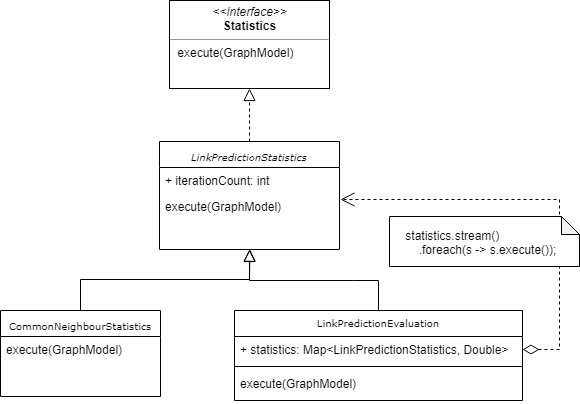
The draw.io diagram src/site/tex/resources/class_Evaluation.png in romanutti/ip5-documentation, before a commit. Source tidied: cells renumbered, new cells last; positions are measured from the earlier drawing's top-left corner, leaving out a move shared by most shapes. Its diagram source:
```xml
<mxGraphModel>
  <root>
    <mxCell id="0" />
    <mxCell id="1" parent="0" />
    <mxCell id="2" value="&lt;p style=&quot;margin: 0px ; margin-top: 4px ; text-align: center&quot;&gt;&lt;i&gt;&amp;lt;&amp;lt;Interface&amp;gt;&amp;gt;&lt;/i&gt;&lt;br&gt;&lt;b&gt;Statistics&lt;/b&gt;&lt;/p&gt;&lt;hr size=&quot;1&quot;&gt;&lt;p style=&quot;margin: 0px ; margin-left: 4px&quot;&gt;&lt;/p&gt;&lt;p style=&quot;margin: 0px ; margin-left: 4px&quot;&gt;&amp;nbsp;execute(GraphModel)&lt;br&gt;&lt;br&gt;&lt;/p&gt;" style="verticalAlign=top;align=left;overflow=fill;fontSize=12;fontFamily=Helvetica;html=1;rounded=0;shadow=0;comic=0;labelBackgroundColor=none;strokeColor=#000000;strokeWidth=1;fillColor=#ffffff;" parent="1" vertex="1">
      <mxGeometry x="169" width="160" height="88" as="geometry" />
    </mxCell>
    <mxCell id="3" style="edgeStyle=orthogonalEdgeStyle;rounded=0;html=1;dashed=1;labelBackgroundColor=none;startFill=0;endArrow=block;endFill=0;endSize=10;fontFamily=Verdana;fontSize=10;exitX=0.5;exitY=0;exitDx=0;exitDy=0;entryX=0.5;entryY=1;entryDx=0;entryDy=0;" parent="1" edge="1" source="4" target="2">
      <mxGeometry relative="1" as="geometry" />
    </mxCell>
    <mxCell id="4" value="&lt;i&gt;LinkPredictionStatistics&lt;/i&gt;" style="swimlane;html=1;fontStyle=0;horizontal=1;startSize=26;fillColor=none;swimlaneFillColor=#ffffff;rounded=0;shadow=0;comic=0;labelBackgroundColor=none;strokeColor=#000000;strokeWidth=1;fontFamily=Verdana;fontSize=10;fontColor=#000000;align=center;" parent="1" vertex="1">
      <mxGeometry x="159" y="141" width="180" height="108" as="geometry" />
    </mxCell>
    <mxCell id="5" value="+ iterationCount: int" style="text;html=1;strokeColor=none;fillColor=none;align=left;verticalAlign=top;spacingLeft=4;spacingRight=4;whiteSpace=wrap;overflow=hidden;points=[[0,0.5],[1,0.5]];portConstraint=eastwest;" parent="4" vertex="1">
      <mxGeometry y="26" width="180" height="26" as="geometry" />
    </mxCell>
    <mxCell id="6" value="execute(GraphModel)" style="text;html=1;strokeColor=none;fillColor=none;align=left;verticalAlign=top;spacingLeft=4;spacingRight=4;whiteSpace=wrap;overflow=hidden;" parent="4" vertex="1">
      <mxGeometry y="52" width="180" height="26" as="geometry" />
    </mxCell>
    <mxCell id="7" value="&lt;span&gt;CommonNeighbourStatistics&lt;/span&gt;" style="swimlane;html=1;fontStyle=0;horizontal=1;startSize=26;fillColor=none;swimlaneFillColor=#ffffff;rounded=0;shadow=0;comic=0;labelBackgroundColor=none;strokeColor=#000000;strokeWidth=1;fontFamily=Verdana;fontSize=10;fontColor=#000000;align=center;verticalAlign=middle;" parent="1" vertex="1">
      <mxGeometry y="310" width="160" height="86" as="geometry" />
    </mxCell>
    <mxCell id="8" value="execute(GraphModel)" style="text;html=1;strokeColor=none;fillColor=none;align=left;verticalAlign=middle;spacingLeft=4;spacingRight=4;whiteSpace=wrap;overflow=hidden;" parent="7" vertex="1">
      <mxGeometry y="26" width="160" height="26" as="geometry" />
    </mxCell>
    <mxCell id="9" style="edgeStyle=orthogonalEdgeStyle;rounded=0;html=1;labelBackgroundColor=none;startFill=0;endArrow=block;endFill=0;endSize=10;fontFamily=Verdana;fontSize=10;entryX=0.5;entryY=1;entryDx=0;entryDy=0;exitX=0.5;exitY=0;exitDx=0;exitDy=0;" parent="1" edge="1" source="7">
      <mxGeometry relative="1" as="geometry">
        <mxPoint x="249.3" y="248.7" as="targetPoint" />
      </mxGeometry>
    </mxCell>
    <mxCell id="10" style="edgeStyle=orthogonalEdgeStyle;rounded=0;html=1;labelBackgroundColor=none;startFill=0;endArrow=block;endFill=0;endSize=10;fontFamily=Verdana;fontSize=10;exitX=0.5;exitY=0;exitDx=0;exitDy=0;entryX=0.5;entryY=1;entryDx=0;entryDy=0;" parent="1" edge="1" source="11">
      <mxGeometry relative="1" as="geometry">
        <mxPoint x="249.3" y="248.7" as="targetPoint" />
        <Array as="points">
          <mxPoint x="353" y="280" />
          <mxPoint x="249" y="280" />
        </Array>
      </mxGeometry>
    </mxCell>
    <mxCell id="11" value="LinkPredictionEvaluation" style="swimlane;fontStyle=0;align=center;verticalAlign=top;horizontal=1;startSize=26;fontFamily=Verdana;fontSize=10;" parent="1" vertex="1">
      <mxGeometry x="234" y="310" width="288" height="90" as="geometry" />
    </mxCell>
    <mxCell id="12" value="+ statistics: Map&lt;LinkPredictionStatistics, Double&gt;" style="text;strokeColor=none;fillColor=none;align=left;verticalAlign=top;spacingLeft=4;spacingRight=4;overflow=hidden;points=[[0,0.5],[1,0.5]];portConstraint=eastwest;" parent="11" vertex="1">
      <mxGeometry y="26" width="288" height="26" as="geometry" />
    </mxCell>
    <mxCell id="13" style="line;strokeWidth=1;fillColor=none;align=left;verticalAlign=middle;spacingTop=-1;spacingLeft=3;spacingRight=3;labelPosition=right;" parent="11" vertex="1">
      <mxGeometry y="52" width="288" height="8" as="geometry" />
    </mxCell>
    <mxCell id="14" value="execute(GraphModel)" style="text;strokeColor=none;fillColor=none;align=left;verticalAlign=top;spacingLeft=4;spacingRight=4;overflow=hidden;" parent="11" vertex="1">
      <mxGeometry y="60" width="288" height="30" as="geometry" />
    </mxCell>
    <mxCell id="15" style="endArrow=open;html=1;endSize=12;startArrow=diamondThin;startSize=14;startFill=0;edgeStyle=orthogonalEdgeStyle;align=left;verticalAlign=bottom;exitX=1;exitY=0.5;exitDx=0;exitDy=0;entryX=1.003;entryY=1.212;entryDx=0;entryDy=0;entryPerimeter=0;rounded=0;dashed=1;" parent="1" edge="1" source="12" target="5">
      <mxGeometry x="-1" y="3" relative="1" as="geometry">
        <Array as="points">
          <mxPoint x="559" y="349" />
          <mxPoint x="559" y="199" />
        </Array>
      </mxGeometry>
    </mxCell>
    <mxCell id="16" value="&amp;nbsp; &amp;nbsp; statistics.stream()&lt;br&gt;&amp;nbsp; &amp;nbsp; &amp;nbsp; &amp;nbsp; .foreach(s -&amp;gt; s.execute());&lt;br&gt;&lt;div style=&quot;text-align: left&quot;&gt;&lt;/div&gt;" style="shape=note;whiteSpace=wrap;html=1;backgroundOutline=1;darkOpacity=0.05;align=left;size=18;" parent="1" vertex="1">
      <mxGeometry x="389" y="216" width="190" height="50" as="geometry" />
    </mxCell>
  </root>
</mxGraphModel>
```
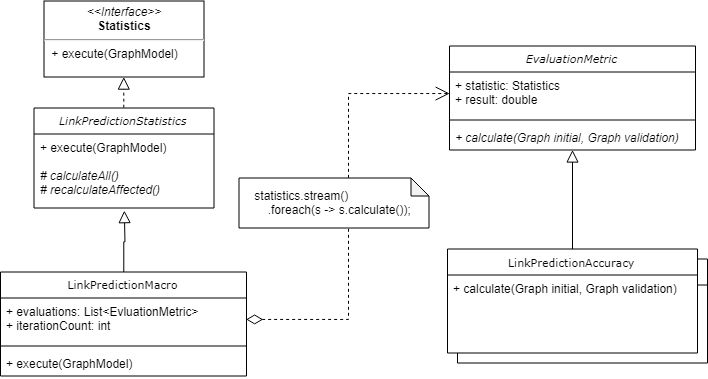
The same diagram one commit later.

Diff of the diagram source:
```diff
@@ -1,64 +1,68 @@
-<mxGraphModel>
+<mxGraphModel background="#ffffff">
   <root>
     <mxCell id="0" />
     <mxCell id="1" parent="0" />
-    <mxCell id="2" value="&lt;p style=&quot;margin: 0px ; margin-top: 4px ; text-align: center&quot;&gt;&lt;i&gt;&amp;lt;&amp;lt;Interface&amp;gt;&amp;gt;&lt;/i&gt;&lt;br&gt;&lt;b&gt;Statistics&lt;/b&gt;&lt;/p&gt;&lt;hr size=&quot;1&quot;&gt;&lt;p style=&quot;margin: 0px ; margin-left: 4px&quot;&gt;&lt;/p&gt;&lt;p style=&quot;margin: 0px ; margin-left: 4px&quot;&gt;&amp;nbsp;execute(GraphModel)&lt;br&gt;&lt;br&gt;&lt;/p&gt;" style="verticalAlign=top;align=left;overflow=fill;fontSize=12;fontFamily=Helvetica;html=1;rounded=0;shadow=0;comic=0;labelBackgroundColor=none;strokeColor=#000000;strokeWidth=1;fillColor=#ffffff;" parent="1" vertex="1">
-      <mxGeometry x="169" width="160" height="88" as="geometry" />
-    </mxCell>
-    <mxCell id="3" style="edgeStyle=orthogonalEdgeStyle;rounded=0;html=1;dashed=1;labelBackgroundColor=none;startFill=0;endArrow=block;endFill=0;endSize=10;fontFamily=Verdana;fontSize=10;exitX=0.5;exitY=0;exitDx=0;exitDy=0;entryX=0.5;entryY=1;entryDx=0;entryDy=0;" parent="1" edge="1" source="4" target="2">
-      <mxGeometry relative="1" as="geometry" />
-    </mxCell>
+    <mxCell id="17" value="&lt;font style=&quot;font-size: 11px&quot;&gt;LinkPredictionAccuracy&lt;/font&gt;" style="swimlane;html=1;fontStyle=0;horizontal=1;startSize=26;fillColor=none;swimlaneFillColor=#ffffff;rounded=0;shadow=0;comic=0;labelBackgroundColor=none;strokeColor=#000000;strokeWidth=1;fontFamily=Verdana;fontSize=12;fontColor=#000000;align=center;" parent="1" vertex="1">
+      <mxGeometry x="582.5" y="292" width="250" height="104" as="geometry" />
+    </mxCell>
+    <mxCell id="18" value="&lt;div&gt;+ calculate(Graph initial, Graph validation)&lt;/div&gt;" style="text;html=1;strokeColor=none;fillColor=none;align=left;verticalAlign=top;spacingLeft=4;spacingRight=4;whiteSpace=wrap;overflow=hidden;fontSize=12;" parent="17" vertex="1">
+      <mxGeometry y="26" width="250" height="44" as="geometry" />
+    </mxCell>
+    <mxCell id="19" value="&lt;p style=&quot;margin: 4px 0px 0px ; text-align: center ; font-size: 12px&quot;&gt;&lt;i style=&quot;font-size: 12px&quot;&gt;&amp;lt;&amp;lt;Interface&amp;gt;&amp;gt;&lt;/i&gt;&lt;br style=&quot;font-size: 12px&quot;&gt;&lt;b style=&quot;font-size: 12px&quot;&gt;Statistics&lt;/b&gt;&lt;/p&gt;&lt;hr style=&quot;font-size: 12px&quot;&gt;&lt;p style=&quot;margin: 0px 0px 0px 4px ; font-size: 12px&quot;&gt;&lt;/p&gt;&lt;p style=&quot;margin: 0px 0px 0px 4px ; font-size: 12px&quot;&gt;&amp;nbsp;+ execute(GraphModel)&lt;br style=&quot;font-size: 12px&quot;&gt;&lt;br style=&quot;font-size: 12px&quot;&gt;&lt;/p&gt;" style="verticalAlign=top;align=left;overflow=fill;fontSize=12;fontFamily=Helvetica;html=1;rounded=0;shadow=0;comic=0;labelBackgroundColor=none;strokeColor=#000000;strokeWidth=1;fillColor=#ffffff;" parent="1" vertex="1">
+      <mxGeometry x="169" y="34" width="160" height="76" as="geometry" />
+    </mxCell>
+    <mxCell id="20" style="edgeStyle=orthogonalEdgeStyle;rounded=0;html=1;dashed=1;labelBackgroundColor=none;startFill=0;endArrow=block;endFill=0;endSize=10;fontFamily=Verdana;fontSize=12;exitX=0.5;exitY=0;exitDx=0;exitDy=0;entryX=0.5;entryY=1;entryDx=0;entryDy=0;" parent="1" edge="1" source="4" target="19">
+      <mxGeometry relative="1" as="geometry" />
+    </mxCell>
-    <mxCell id="4" value="&lt;i&gt;LinkPredictionStatistics&lt;/i&gt;" style="swimlane;html=1;fontStyle=0;horizontal=1;startSize=26;fillColor=none;swimlaneFillColor=#ffffff;rounded=0;shadow=0;comic=0;labelBackgroundColor=none;strokeColor=#000000;strokeWidth=1;fontFamily=Verdana;fontSize=10;fontColor=#000000;align=center;" parent="1" vertex="1">
-      <mxGeometry x="159" y="141" width="180" height="108" as="geometry" />
+    <mxCell id="4" value="&lt;i&gt;&lt;font style=&quot;font-size: 11px&quot;&gt;LinkPredictionStatistics&lt;/font&gt;&lt;/i&gt;" style="swimlane;html=1;fontStyle=0;horizontal=1;startSize=26;fillColor=none;swimlaneFillColor=#ffffff;rounded=0;shadow=0;comic=0;labelBackgroundColor=none;strokeColor=#000000;strokeWidth=1;fontFamily=Verdana;fontSize=12;fontColor=#000000;align=center;" parent="1" vertex="1">
+      <mxGeometry x="159" y="141" width="180" height="100" as="geometry" />
     </mxCell>
-    <mxCell id="5" value="+ iterationCount: int" style="text;html=1;strokeColor=none;fillColor=none;align=left;verticalAlign=top;spacingLeft=4;spacingRight=4;whiteSpace=wrap;overflow=hidden;points=[[0,0.5],[1,0.5]];portConstraint=eastwest;" parent="4" vertex="1">
-      <mxGeometry y="26" width="180" height="26" as="geometry" />
-    </mxCell>
-    <mxCell id="6" value="execute(GraphModel)" style="text;html=1;strokeColor=none;fillColor=none;align=left;verticalAlign=top;spacingLeft=4;spacingRight=4;whiteSpace=wrap;overflow=hidden;" parent="4" vertex="1">
-      <mxGeometry y="52" width="180" height="26" as="geometry" />
-    </mxCell>
-    <mxCell id="7" value="&lt;span&gt;CommonNeighbourStatistics&lt;/span&gt;" style="swimlane;html=1;fontStyle=0;horizontal=1;startSize=26;fillColor=none;swimlaneFillColor=#ffffff;rounded=0;shadow=0;comic=0;labelBackgroundColor=none;strokeColor=#000000;strokeWidth=1;fontFamily=Verdana;fontSize=10;fontColor=#000000;align=center;verticalAlign=middle;" parent="1" vertex="1">
-      <mxGeometry y="310" width="160" height="86" as="geometry" />
-    </mxCell>
-    <mxCell id="8" value="execute(GraphModel)" style="text;html=1;strokeColor=none;fillColor=none;align=left;verticalAlign=middle;spacingLeft=4;spacingRight=4;whiteSpace=wrap;overflow=hidden;" parent="7" vertex="1">
-      <mxGeometry y="26" width="160" height="26" as="geometry" />
-    </mxCell>
-    <mxCell id="9" style="edgeStyle=orthogonalEdgeStyle;rounded=0;html=1;labelBackgroundColor=none;startFill=0;endArrow=block;endFill=0;endSize=10;fontFamily=Verdana;fontSize=10;entryX=0.5;entryY=1;entryDx=0;entryDy=0;exitX=0.5;exitY=0;exitDx=0;exitDy=0;" parent="1" edge="1" source="7">
-      <mxGeometry relative="1" as="geometry">
-        <mxPoint x="249.3" y="248.7" as="targetPoint" />
-      </mxGeometry>
-    </mxCell>
-    <mxCell id="10" style="edgeStyle=orthogonalEdgeStyle;rounded=0;html=1;labelBackgroundColor=none;startFill=0;endArrow=block;endFill=0;endSize=10;fontFamily=Verdana;fontSize=10;exitX=0.5;exitY=0;exitDx=0;exitDy=0;entryX=0.5;entryY=1;entryDx=0;entryDy=0;" parent="1" edge="1" source="11">
-      <mxGeometry relative="1" as="geometry">
-        <mxPoint x="249.3" y="248.7" as="targetPoint" />
-        <Array as="points">
-          <mxPoint x="353" y="280" />
-          <mxPoint x="249" y="280" />
-        </Array>
-      </mxGeometry>
-    </mxCell>
-    <mxCell id="11" value="LinkPredictionEvaluation" style="swimlane;fontStyle=0;align=center;verticalAlign=top;horizontal=1;startSize=26;fontFamily=Verdana;fontSize=10;" parent="1" vertex="1">
-      <mxGeometry x="234" y="310" width="288" height="90" as="geometry" />
-    </mxCell>
-    <mxCell id="12" value="+ statistics: Map&lt;LinkPredictionStatistics, Double&gt;" style="text;strokeColor=none;fillColor=none;align=left;verticalAlign=top;spacingLeft=4;spacingRight=4;overflow=hidden;points=[[0,0.5],[1,0.5]];portConstraint=eastwest;" parent="11" vertex="1">
-      <mxGeometry y="26" width="288" height="26" as="geometry" />
-    </mxCell>
-    <mxCell id="13" style="line;strokeWidth=1;fillColor=none;align=left;verticalAlign=middle;spacingTop=-1;spacingLeft=3;spacingRight=3;labelPosition=right;" parent="11" vertex="1">
-      <mxGeometry y="52" width="288" height="8" as="geometry" />
-    </mxCell>
-    <mxCell id="14" value="execute(GraphModel)" style="text;strokeColor=none;fillColor=none;align=left;verticalAlign=top;spacingLeft=4;spacingRight=4;overflow=hidden;" parent="11" vertex="1">
-      <mxGeometry y="60" width="288" height="30" as="geometry" />
-    </mxCell>
-    <mxCell id="15" style="endArrow=open;html=1;endSize=12;startArrow=diamondThin;startSize=14;startFill=0;edgeStyle=orthogonalEdgeStyle;align=left;verticalAlign=bottom;exitX=1;exitY=0.5;exitDx=0;exitDy=0;entryX=1.003;entryY=1.212;entryDx=0;entryDy=0;entryPerimeter=0;rounded=0;dashed=1;" parent="1" edge="1" source="12" target="5">
-      <mxGeometry x="-1" y="3" relative="1" as="geometry">
-        <Array as="points">
-          <mxPoint x="559" y="349" />
-          <mxPoint x="559" y="199" />
-        </Array>
-      </mxGeometry>
-    </mxCell>
-    <mxCell id="16" value="&amp;nbsp; &amp;nbsp; statistics.stream()&lt;br&gt;&amp;nbsp; &amp;nbsp; &amp;nbsp; &amp;nbsp; .foreach(s -&amp;gt; s.execute());&lt;br&gt;&lt;div style=&quot;text-align: left&quot;&gt;&lt;/div&gt;" style="shape=note;whiteSpace=wrap;html=1;backgroundOutline=1;darkOpacity=0.05;align=left;size=18;" parent="1" vertex="1">
-      <mxGeometry x="389" y="216" width="190" height="50" as="geometry" />
-    </mxCell>
+    <mxCell id="21" value="+ execute(GraphModel)&lt;br&gt;&lt;br&gt;&lt;div&gt;&lt;i&gt;&lt;span&gt;# calculateAll()&lt;/span&gt;&lt;br&gt;&lt;/i&gt;&lt;/div&gt;&lt;div&gt;&lt;i&gt;# recalculateAffected()&lt;/i&gt;&lt;/div&gt;" style="text;html=1;strokeColor=none;fillColor=none;align=left;verticalAlign=top;spacingLeft=4;spacingRight=4;whiteSpace=wrap;overflow=hidden;fontSize=12;" parent="4" vertex="1">
+      <mxGeometry y="26" width="180" height="74" as="geometry" />
+    </mxCell>
+    <mxCell id="22" style="edgeStyle=orthogonalEdgeStyle;rounded=0;html=1;labelBackgroundColor=none;startFill=0;endArrow=block;endFill=0;endSize=10;fontFamily=Verdana;fontSize=12;exitX=0.5;exitY=0;exitDx=0;exitDy=0;entryX=0.5;entryY=1;entryDx=0;entryDy=0;" parent="1" edge="1" source="23">
+      <mxGeometry relative="1" as="geometry">
+        <mxPoint x="249.3" y="243.7" as="targetPoint" />
+      </mxGeometry>
+    </mxCell>
+    <mxCell id="23" value="LinkPredictionMacro" style="swimlane;fontStyle=0;align=center;verticalAlign=top;horizontal=1;startSize=26;fontFamily=Verdana;fontSize=11;" parent="1" vertex="1">
+      <mxGeometry x="125.5" y="305" width="246" height="104" as="geometry" />
+    </mxCell>
+    <mxCell id="24" value="+ evaluations: List&lt;EvluationMetric&gt;&#10;+ iterationCount: int" style="text;strokeColor=none;fillColor=none;align=left;verticalAlign=top;spacingLeft=4;spacingRight=4;overflow=hidden;points=[[0,0.5],[1,0.5]];portConstraint=eastwest;fontSize=12;" parent="23" vertex="1">
+      <mxGeometry y="26" width="246" height="44" as="geometry" />
+    </mxCell>
+    <mxCell id="25" style="line;strokeWidth=1;fillColor=none;align=left;verticalAlign=middle;spacingTop=-1;spacingLeft=3;spacingRight=3;labelPosition=right;fontSize=12;" parent="23" vertex="1">
+      <mxGeometry y="70" width="246" height="8" as="geometry" />
+    </mxCell>
+    <mxCell id="26" value="+ execute(GraphModel)" style="text;strokeColor=none;fillColor=none;align=left;verticalAlign=top;spacingLeft=4;spacingRight=4;overflow=hidden;fontSize=12;" parent="23" vertex="1">
+      <mxGeometry y="78" width="246" height="26" as="geometry" />
+    </mxCell>
+    <mxCell id="27" style="endArrow=open;html=1;endSize=12;startArrow=diamondThin;startSize=14;startFill=0;edgeStyle=orthogonalEdgeStyle;align=left;verticalAlign=bottom;rounded=0;dashed=1;entryX=0;entryY=0.5;entryDx=0;entryDy=0;fontSize=12;exitX=1;exitY=0.5;exitDx=0;exitDy=0;" parent="1" edge="1" source="24" target="32">
+      <mxGeometry x="-1" y="3" relative="1" as="geometry" />
+    </mxCell>
+    <mxCell id="28" value="&amp;nbsp; &amp;nbsp; statistics.stream()&lt;br style=&quot;font-size: 12px&quot;&gt;&amp;nbsp; &amp;nbsp; &amp;nbsp; &amp;nbsp; .foreach(s -&amp;gt; s.calculate());&lt;br style=&quot;font-size: 12px&quot;&gt;&lt;div style=&quot;text-align: left ; font-size: 12px&quot;&gt;&lt;/div&gt;" style="shape=note;whiteSpace=wrap;html=1;backgroundOutline=1;darkOpacity=0.05;align=left;size=18;fontSize=12;" parent="1" vertex="1">
+      <mxGeometry x="364" y="211" width="190" height="50" as="geometry" />
+    </mxCell>
+    <mxCell id="29" value="&lt;font style=&quot;font-size: 11px ; background-color: rgb(255 , 255 , 255)&quot;&gt;LinkPredictionAccuracy&lt;/font&gt;" style="swimlane;html=1;fontStyle=0;horizontal=1;startSize=26;swimlaneFillColor=#ffffff;rounded=0;shadow=0;comic=0;labelBackgroundColor=none;strokeWidth=1;fontFamily=Verdana;fontSize=12;align=center;" parent="1" vertex="1">
+      <mxGeometry x="572.5" y="282" width="250" height="104" as="geometry" />
+    </mxCell>
+    <mxCell id="30" value="&lt;div&gt;+ calculate(Graph initial, Graph validation)&lt;/div&gt;" style="text;html=1;strokeColor=none;fillColor=none;align=left;verticalAlign=top;spacingLeft=4;spacingRight=4;whiteSpace=wrap;overflow=hidden;fontSize=12;" parent="29" vertex="1">
+      <mxGeometry y="26" width="250" height="44" as="geometry" />
+    </mxCell>
+    <mxCell id="31" value="EvaluationMetric" style="swimlane;fontStyle=2;align=center;verticalAlign=top;horizontal=1;startSize=26;fontFamily=Verdana;fontSize=11;" parent="1" vertex="1">
+      <mxGeometry x="574.5" y="79" width="246" height="104" as="geometry" />
+    </mxCell>
+    <mxCell id="32" value="+ statistic: Statistics&#10;+ result: double" style="text;strokeColor=none;fillColor=none;align=left;verticalAlign=top;spacingLeft=4;spacingRight=4;overflow=hidden;points=[[0,0.5],[1,0.5]];portConstraint=eastwest;fontSize=12;" parent="31" vertex="1">
+      <mxGeometry y="26" width="246" height="44" as="geometry" />
+    </mxCell>
+    <mxCell id="33" style="line;strokeWidth=1;fillColor=none;align=left;verticalAlign=middle;spacingTop=-1;spacingLeft=3;spacingRight=3;labelPosition=right;fontSize=12;" parent="31" vertex="1">
+      <mxGeometry y="70" width="246" height="8" as="geometry" />
+    </mxCell>
+    <mxCell id="34" value="+ calculate(Graph initial, Graph validation)" style="text;strokeColor=none;fillColor=none;align=left;verticalAlign=top;spacingLeft=4;spacingRight=4;overflow=hidden;points=[[0,0.5],[1,0.5]];portConstraint=eastwest;fontSize=12;fontStyle=2;" parent="31" vertex="1">
+      <mxGeometry y="78" width="246" height="26" as="geometry" />
+    </mxCell>
+    <mxCell id="35" style="rounded=0;html=1;labelBackgroundColor=none;startFill=0;endArrow=block;endFill=0;endSize=10;fontFamily=Verdana;fontSize=12;" parent="1" edge="1" source="29" target="34">
+      <mxGeometry relative="1" as="geometry" />
+    </mxCell>
   </root>
 </mxGraphModel>
```
